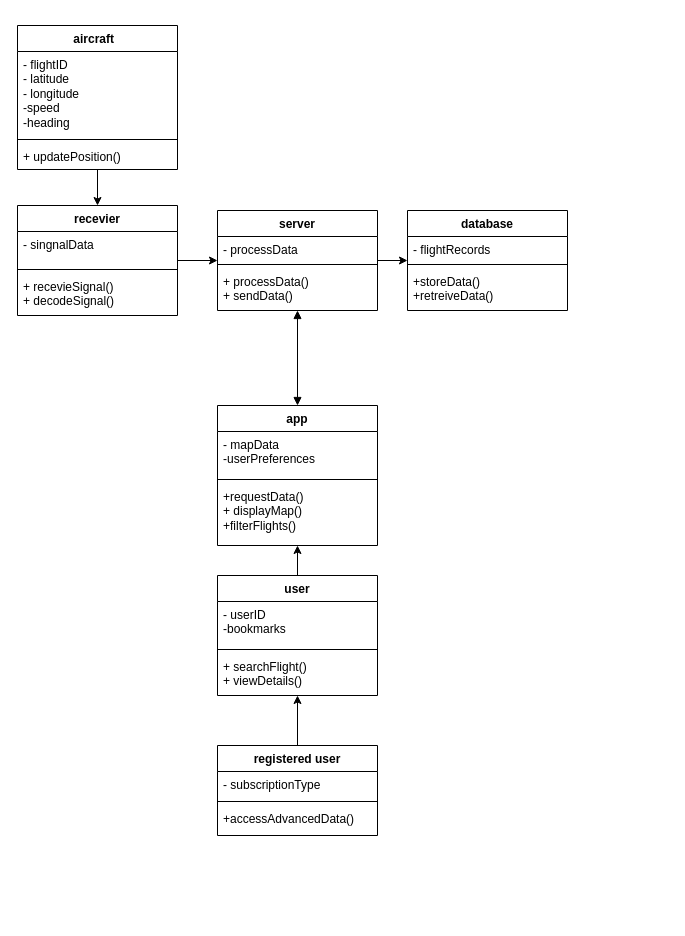
This is FR24 class diagram.drawio from rameen-akk17/Reverse-Engineering-FlightRadar24, a draw.io file, before an edit. Source tidied: cells renumbered, new cells numbered last; positions are measured from the earlier drawing's top-left corner, leaving out a move shared by most shapes. Both pictures are drawn from the tidied source at 100%, with x=0, y=0 at pixel (17, 25).
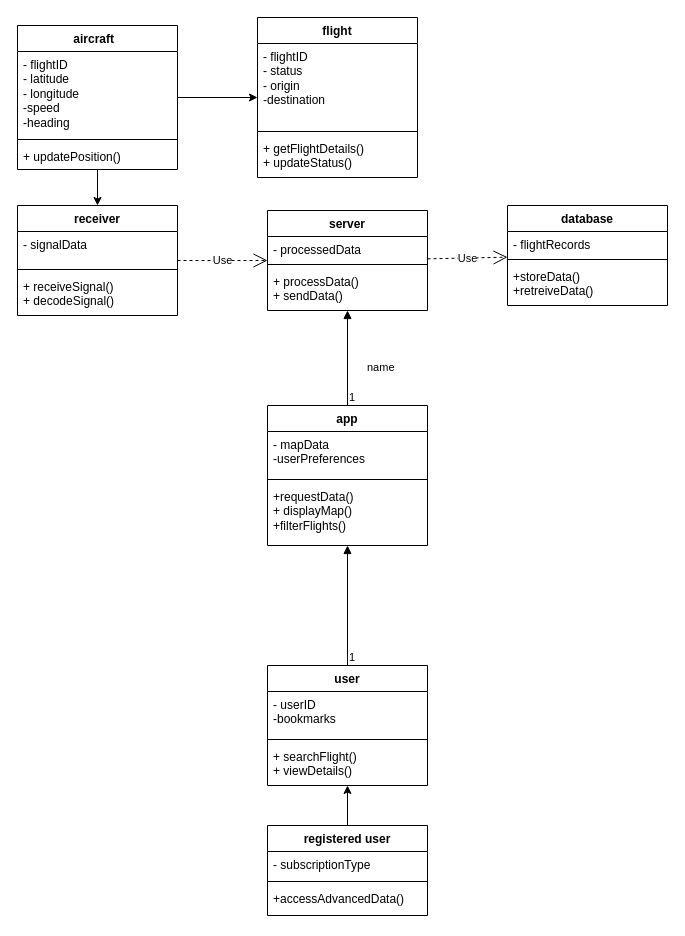
After the change.

Unchanged cells that the change refers to:
```xml
<mxCell id="3" value="aircraft &amp;nbsp;" style="swimlane;fontStyle=1;align=center;verticalAlign=top;horizontal=1;startSize=26;whiteSpace=wrap;html=1;" parent="1" vertex="1">
  <mxGeometry width="160" height="144" as="geometry" />
</mxCell>
<mxCell id="16" value="+ processData()&lt;div&gt;+ sendData()&lt;/div&gt;" style="text;strokeColor=none;fillColor=none;align=left;verticalAlign=top;spacingLeft=4;spacingRight=4;overflow=hidden;points=[[0,0.5],[1,0.5]];portConstraint=eastwest;whiteSpace=wrap;html=1;" parent="13" vertex="1">
  <mxGeometry y="58" width="160" height="42" as="geometry" />
</mxCell>
```

Diff of the diagram source:
```diff
@@
+    <mxCell id="37" style="edgeStyle=orthogonalEdgeStyle;rounded=0;jettySize=auto;html=1;" parent="1" edge="1" source="3" target="41">
+      <mxGeometry relative="1" as="geometry" />
+    </mxCell>
@@
-    <mxCell id="7" style="edgeStyle=orthogonalEdgeStyle;rounded=0;jettySize=auto;html=1;" parent="1" edge="1" source="8" target="13">
-      <mxGeometry relative="1" as="geometry" />
-    </mxCell>
-    <mxCell id="8" value="recevier" style="swimlane;fontStyle=1;align=center;verticalAlign=top;horizontal=1;startSize=26;whiteSpace=wrap;html=1;" parent="1" vertex="1">
+    <mxCell id="8" value="receiver" style="swimlane;fontStyle=1;align=center;verticalAlign=top;horizontal=1;startSize=26;whiteSpace=wrap;html=1;" parent="1" vertex="1">
       <mxGeometry y="180" width="160" height="110" as="geometry" />
     </mxCell>
-    <mxCell id="9" value="- singnal&lt;span style=&quot;white-space: pre;&quot;&gt;Data&lt;/span&gt;" style="text;strokeColor=none;fillColor=none;align=left;verticalAlign=top;spacingLeft=4;spacingRight=4;overflow=hidden;whiteSpace=wrap;html=1;" parent="8" vertex="1">
+    <mxCell id="9" value="- signal&lt;span style=&quot;white-space: pre;&quot;&gt;Data&lt;/span&gt;" style="text;strokeColor=none;fillColor=none;align=left;verticalAlign=top;spacingLeft=4;spacingRight=4;overflow=hidden;whiteSpace=wrap;html=1;" parent="8" vertex="1">
       <mxGeometry y="26" width="160" height="34" as="geometry" />
     </mxCell>
@@
-    <mxCell id="11" value="+ recevieSignal()&lt;div&gt;+ decodeSignal()&lt;/div&gt;" style="text;strokeColor=none;fillColor=none;align=left;verticalAlign=top;spacingLeft=4;spacingRight=4;overflow=hidden;whiteSpace=wrap;html=1;" parent="8" vertex="1">
+    <mxCell id="11" value="+ receiveSignal()&lt;div&gt;+ decodeSignal()&lt;/div&gt;" style="text;strokeColor=none;fillColor=none;align=left;verticalAlign=top;spacingLeft=4;spacingRight=4;overflow=hidden;whiteSpace=wrap;html=1;" parent="8" vertex="1">
       <mxGeometry y="68" width="160" height="42" as="geometry" />
     </mxCell>
-    <mxCell id="12" style="edgeStyle=orthogonalEdgeStyle;rounded=0;jettySize=auto;html=1;" parent="1" edge="1" source="13" target="17">
-      <mxGeometry relative="1" as="geometry" />
-    </mxCell>
     <mxCell id="13" value="server" style="swimlane;fontStyle=1;align=center;verticalAlign=top;horizontal=1;startSize=26;whiteSpace=wrap;html=1;" parent="1" vertex="1">
-      <mxGeometry x="200" y="185" width="160" height="100" as="geometry" />
+      <mxGeometry x="250" y="185" width="160" height="100" as="geometry" />
     </mxCell>
-    <mxCell id="14" value="- processData" style="text;strokeColor=none;fillColor=none;align=left;verticalAlign=top;spacingLeft=4;spacingRight=4;overflow=hidden;whiteSpace=wrap;html=1;" parent="13" vertex="1">
+    <mxCell id="14" value="- processedData" style="text;strokeColor=none;fillColor=none;align=left;verticalAlign=top;spacingLeft=4;spacingRight=4;overflow=hidden;whiteSpace=wrap;html=1;" parent="13" vertex="1">
       <mxGeometry y="26" width="160" height="24" as="geometry" />
     </mxCell>
@@
     <mxCell id="17" value="database&lt;div&gt;&lt;br&gt;&lt;/div&gt;" style="swimlane;fontStyle=1;align=center;verticalAlign=top;horizontal=1;startSize=26;whiteSpace=wrap;html=1;" parent="1" vertex="1">
-      <mxGeometry x="390" y="185" width="160" height="100" as="geometry" />
+      <mxGeometry x="490" y="180" width="160" height="100" as="geometry" />
     </mxCell>
@@
     <mxCell id="21" value="&lt;div&gt;app&lt;/div&gt;" style="swimlane;fontStyle=1;align=center;verticalAlign=top;horizontal=1;startSize=26;whiteSpace=wrap;html=1;" parent="1" vertex="1">
-      <mxGeometry x="200" y="380" width="160" height="140" as="geometry" />
+      <mxGeometry x="250" y="380" width="160" height="140" as="geometry" />
     </mxCell>
@@
-    <mxCell id="25" style="edgeStyle=orthogonalEdgeStyle;rounded=0;jettySize=auto;html=1;" parent="1" edge="1" source="26" target="21">
-      <mxGeometry relative="1" as="geometry" />
-    </mxCell>
     <mxCell id="26" value="user" style="swimlane;fontStyle=1;align=center;verticalAlign=top;horizontal=1;startSize=26;whiteSpace=wrap;html=1;" parent="1" vertex="1">
-      <mxGeometry x="200" y="550" width="160" height="120" as="geometry" />
+      <mxGeometry x="250" y="640" width="160" height="120" as="geometry" />
     </mxCell>
@@
-    <mxCell id="31" style="edgeStyle=orthogonalEdgeStyle;rounded=0;jettySize=auto;html=1;exitX=0.5;exitY=0;exitDx=0;exitDy=0;" parent="1" edge="1" source="33" target="26">
+    <mxCell id="31" style="edgeStyle=orthogonalEdgeStyle;rounded=0;jettySize=auto;html=1;" parent="1" edge="1" source="33" target="26">
       <mxGeometry relative="1" as="geometry" />
     </mxCell>
-    <mxCell id="32" style="endArrow=block;startArrow=block;endFill=1;startFill=1;html=1;rounded=0;exitX=0.5;exitY=0;exitDx=0;exitDy=0;" parent="1" edge="1" source="21" target="16">
-      <mxGeometry relative="1" as="geometry" />
-    </mxCell>
     <mxCell id="33" value="registered user" style="swimlane;fontStyle=1;align=center;verticalAlign=top;horizontal=1;startSize=26;whiteSpace=wrap;html=1;" parent="1" vertex="1">
-      <mxGeometry x="200" y="720" width="160" height="90" as="geometry" />
+      <mxGeometry x="250" y="800" width="160" height="90" as="geometry" />
     </mxCell>
@@
+    <mxCell id="25" style="endArrow=block;endFill=1;html=1;edgeStyle=orthogonalEdgeStyle;align=left;verticalAlign=top;rounded=0;" parent="1" edge="1" source="26" target="21">
+      <mxGeometry x="-0.33" y="-10" relative="1" as="geometry" />
+    </mxCell>
+    <mxCell id="38" value="1" style="edgeLabel;html=1;align=left;verticalAlign=bottom;" parent="25" vertex="1">
+      <mxGeometry x="-1" relative="1" as="geometry" />
+    </mxCell>
+    <mxCell id="39" value="name" style="endArrow=block;endFill=1;html=1;edgeStyle=orthogonalEdgeStyle;align=left;verticalAlign=top;rounded=0;" parent="1" edge="1" source="21" target="13">
+      <mxGeometry x="0.07" y="-18" relative="1" as="geometry" />
+    </mxCell>
+    <mxCell id="40" value="1" style="edgeLabel;html=1;align=left;verticalAlign=bottom;" parent="39" vertex="1">
+      <mxGeometry x="-1" relative="1" as="geometry" />
+    </mxCell>
+    <mxCell id="12" value="Use" style="endArrow=open;endSize=12;dashed=1;html=1;rounded=0;" parent="1" edge="1" source="13" target="17">
+      <mxGeometry relative="1" as="geometry" />
+    </mxCell>
+    <mxCell id="7" value="Use" style="endArrow=open;endSize=12;dashed=1;html=1;rounded=0;" parent="1" edge="1" source="8" target="13">
+      <mxGeometry relative="1" as="geometry" />
+    </mxCell>
+    <mxCell id="41" value="flight" style="swimlane;fontStyle=1;align=center;verticalAlign=top;horizontal=1;startSize=26;whiteSpace=wrap;html=1;" parent="1" vertex="1">
+      <mxGeometry x="240" y="-8" width="160" height="160" as="geometry" />
+    </mxCell>
+    <mxCell id="42" value="- flightID&lt;div&gt;- status&lt;/div&gt;&lt;div&gt;- origin&lt;/div&gt;&lt;div&gt;-destination&lt;/div&gt;" style="text;strokeColor=none;fillColor=none;align=left;verticalAlign=top;spacingLeft=4;spacingRight=4;overflow=hidden;whiteSpace=wrap;html=1;" parent="41" vertex="1">
+      <mxGeometry y="26" width="160" height="84" as="geometry" />
+    </mxCell>
+    <mxCell id="43" style="line;strokeWidth=1;fillColor=none;align=left;verticalAlign=middle;spacingTop=-1;spacingLeft=3;spacingRight=3;labelPosition=right;strokeColor=inherit;" parent="41" vertex="1">
+      <mxGeometry y="110" width="160" height="8" as="geometry" />
+    </mxCell>
+    <mxCell id="44" value="+ getFlightDetails()&#10;+ updateStatus()" style="text;strokeColor=none;fillColor=none;align=left;verticalAlign=top;spacingLeft=4;spacingRight=4;overflow=hidden;whiteSpace=wrap;html=1;" parent="41" vertex="1">
+      <mxGeometry y="118" width="160" height="42" as="geometry" />
+    </mxCell>
```
